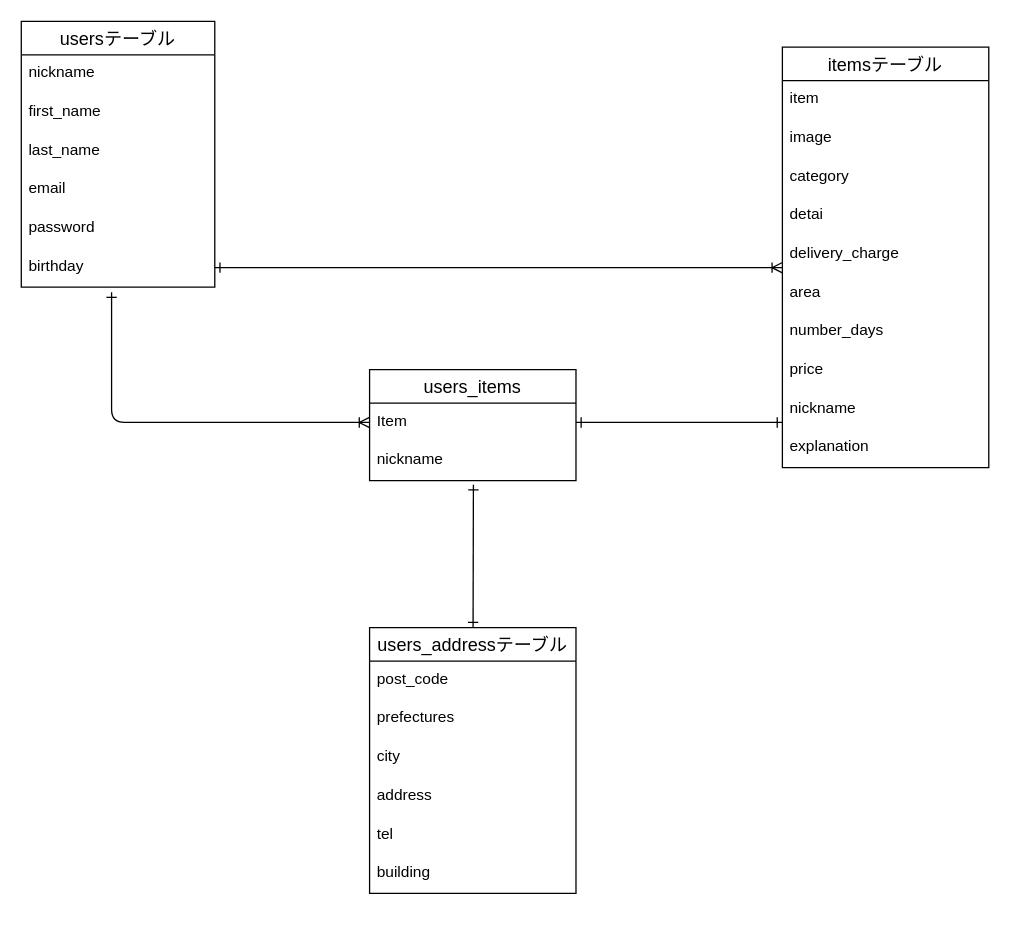
The draw.io diagram app/controllers/furima.dio in kurotora69/furima-38692, before the edit. Source tidied: cells renumbered, new cells numbered last; positions are measured from the earlier drawing's top-left corner, leaving out a move shared by most shapes. Both pictures are drawn from the tidied source at 129%, with x=0, y=0 at pixel (21, 21).
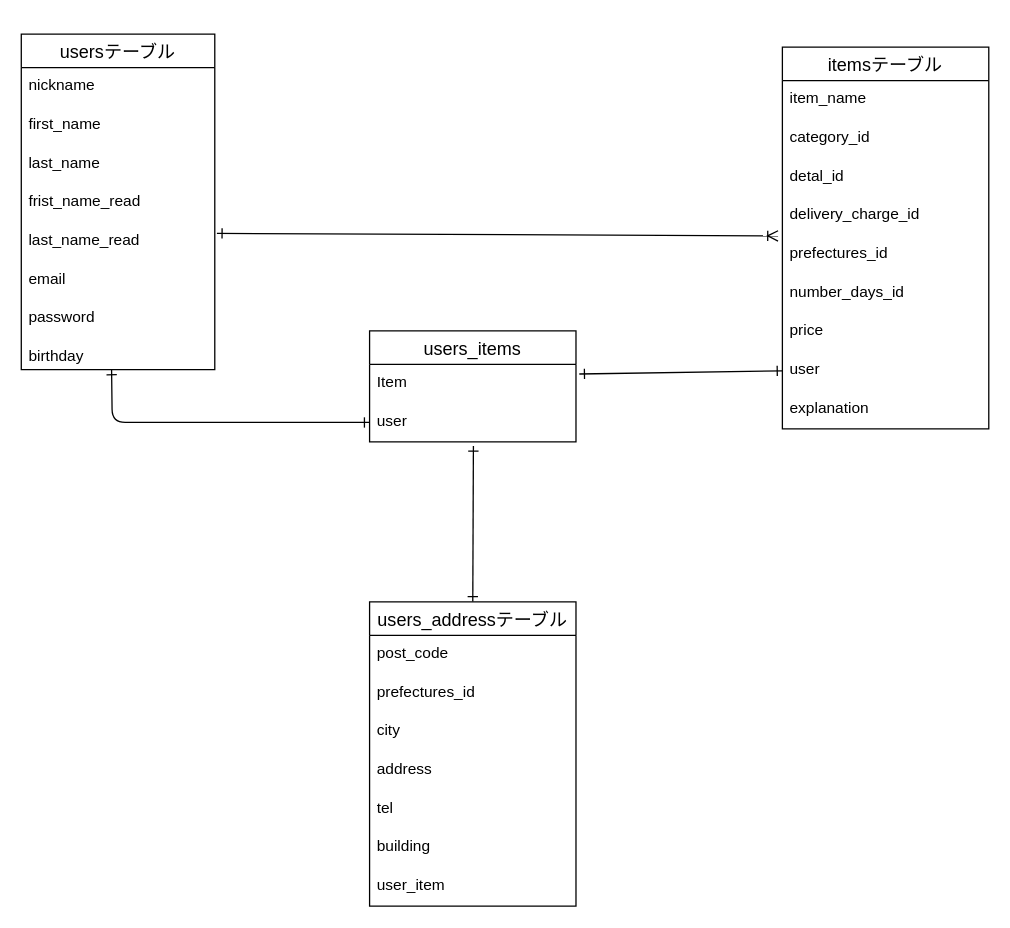
After the change.

Commit message (it also covers changes not shown here):
データベース設計の修正

The change refers to these unchanged cells:
```xml
<mxCell id="21" value="Item" style="text;strokeColor=none;fillColor=none;spacingLeft=4;spacingRight=4;overflow=hidden;points=[[0,0.5],[1,0.5]];portConstraint=eastwest;fontSize=12;" parent="20" vertex="1">
  <mxGeometry y="26" width="160" height="30" as="geometry" />
</mxCell>
```

What changed in the source:
```diff
@@
     <mxCell id="2" value="usersテーブル" style="swimlane;fontStyle=0;horizontal=1;startSize=26;align=center;fontSize=14;" parent="1" vertex="1">
-      <mxGeometry width="150" height="206" as="geometry" />
+      <mxGeometry y="10" width="150" height="260" as="geometry" />
     </mxCell>
@@
+    <mxCell id="34" value="frist_name_read" style="text;strokeColor=none;fillColor=none;spacingLeft=4;spacingRight=4;overflow=hidden;fontSize=12;" parent="2" vertex="1">
+      <mxGeometry y="116" width="150" height="30" as="geometry" />
+    </mxCell>
+    <mxCell id="35" value="last_name_read" style="text;strokeColor=none;fillColor=none;spacingLeft=4;spacingRight=4;overflow=hidden;points=[[0,0.5],[1,0.5]];portConstraint=eastwest;fontSize=12;" parent="2" vertex="1">
+      <mxGeometry y="146" width="150" height="30" as="geometry" />
+    </mxCell>
     <mxCell id="6" value="email" style="text;strokeColor=none;fillColor=none;spacingLeft=4;spacingRight=4;overflow=hidden;fontSize=12;" parent="2" vertex="1">
-      <mxGeometry y="116" width="150" height="30" as="geometry" />
+      <mxGeometry y="176" width="150" height="30" as="geometry" />
     </mxCell>
     <mxCell id="7" value="password" style="text;strokeColor=none;fillColor=none;spacingLeft=4;spacingRight=4;overflow=hidden;fontSize=12;" parent="2" vertex="1">
-      <mxGeometry y="146" width="150" height="30" as="geometry" />
+      <mxGeometry y="206" width="150" height="30" as="geometry" />
     </mxCell>
     <mxCell id="8" value="birthday" style="text;strokeColor=none;fillColor=none;spacingLeft=4;spacingRight=4;overflow=hidden;points=[[0,0.5],[1,0.5]];portConstraint=eastwest;fontSize=12;" parent="2" vertex="1">
-      <mxGeometry y="176" width="150" height="30" as="geometry" />
+      <mxGeometry y="236" width="150" height="24" as="geometry" />
     </mxCell>
     <mxCell id="9" value="itemsテーブル" style="swimlane;fontStyle=0;horizontal=1;startSize=26;align=center;fontSize=14;" parent="1" vertex="1">
-      <mxGeometry x="590" y="20" width="160" height="326" as="geometry" />
+      <mxGeometry x="590" y="20" width="160" height="296" as="geometry" />
     </mxCell>
-    <mxCell id="10" value="item" style="text;strokeColor=none;fillColor=none;spacingLeft=4;spacingRight=4;overflow=hidden;fontSize=12;" parent="9" vertex="1">
+    <mxCell id="10" value="item_name" style="text;strokeColor=none;fillColor=none;spacingLeft=4;spacingRight=4;overflow=hidden;fontSize=12;" parent="9" vertex="1">
       <mxGeometry y="26" width="160" height="30" as="geometry" />
     </mxCell>
-    <mxCell id="11" value="image" style="text;strokeColor=none;fillColor=none;spacingLeft=4;spacingRight=4;overflow=hidden;fontSize=12;" parent="9" vertex="1">
-      <mxGeometry y="56" width="160" height="30" as="geometry" />
-    </mxCell>
-    <mxCell id="12" value="category" style="text;strokeColor=none;fillColor=none;spacingLeft=4;spacingRight=4;overflow=hidden;fontSize=12;" parent="9" vertex="1">
-      <mxGeometry y="86" width="160" height="30" as="geometry" />
+    <mxCell id="12" value="category_id" style="text;strokeColor=none;fillColor=none;spacingLeft=4;spacingRight=4;overflow=hidden;fontSize=12;" parent="9" vertex="1">
+      <mxGeometry y="56" width="160" height="30" as="geometry" />
     </mxCell>
-    <mxCell id="13" value="detai" style="text;strokeColor=none;fillColor=none;spacingLeft=4;spacingRight=4;overflow=hidden;fontSize=12;" parent="9" vertex="1">
-      <mxGeometry y="116" width="160" height="30" as="geometry" />
+    <mxCell id="13" value="detal_id" style="text;strokeColor=none;fillColor=none;spacingLeft=4;spacingRight=4;overflow=hidden;fontSize=12;" parent="9" vertex="1">
+      <mxGeometry y="86" width="160" height="30" as="geometry" />
     </mxCell>
-    <mxCell id="14" value="delivery_charge" style="text;strokeColor=none;fillColor=none;spacingLeft=4;spacingRight=4;overflow=hidden;points=[[0,0.5],[1,0.5]];portConstraint=eastwest;fontSize=12;" parent="9" vertex="1">
-      <mxGeometry y="146" width="160" height="30" as="geometry" />
+    <mxCell id="14" value="delivery_charge_id" style="text;strokeColor=none;fillColor=none;spacingLeft=4;spacingRight=4;overflow=hidden;points=[[0,0.5],[1,0.5]];portConstraint=eastwest;fontSize=12;" parent="9" vertex="1">
+      <mxGeometry y="116" width="160" height="30" as="geometry" />
     </mxCell>
-    <mxCell id="15" value="area" style="text;strokeColor=none;fillColor=none;spacingLeft=4;spacingRight=4;overflow=hidden;points=[[0,0.5],[1,0.5]];portConstraint=eastwest;fontSize=12;" parent="9" vertex="1">
-      <mxGeometry y="176" width="160" height="30" as="geometry" />
+    <mxCell id="15" value="prefectures_id" style="text;strokeColor=none;fillColor=none;spacingLeft=4;spacingRight=4;overflow=hidden;points=[[0,0.5],[1,0.5]];portConstraint=eastwest;fontSize=12;" parent="9" vertex="1">
+      <mxGeometry y="146" width="160" height="30" as="geometry" />
     </mxCell>
-    <mxCell id="16" value="number_days" style="text;strokeColor=none;fillColor=none;spacingLeft=4;spacingRight=4;overflow=hidden;fontSize=12;" parent="9" vertex="1">
-      <mxGeometry y="206" width="160" height="30" as="geometry" />
+    <mxCell id="16" value="number_days_id" style="text;strokeColor=none;fillColor=none;spacingLeft=4;spacingRight=4;overflow=hidden;fontSize=12;" parent="9" vertex="1">
+      <mxGeometry y="176" width="160" height="30" as="geometry" />
     </mxCell>
     <mxCell id="17" value="price" style="text;strokeColor=none;fillColor=none;spacingLeft=4;spacingRight=4;overflow=hidden;fontSize=12;" parent="9" vertex="1">
-      <mxGeometry y="236" width="160" height="30" as="geometry" />
+      <mxGeometry y="206" width="160" height="30" as="geometry" />
     </mxCell>
-    <mxCell id="18" value="nickname" style="text;strokeColor=none;fillColor=none;spacingLeft=4;spacingRight=4;overflow=hidden;points=[[0,0.5],[1,0.5]];portConstraint=eastwest;fontSize=12;" parent="9" vertex="1">
-      <mxGeometry y="266" width="160" height="30" as="geometry" />
+    <mxCell id="18" value="user" style="text;strokeColor=none;fillColor=none;spacingLeft=4;spacingRight=4;overflow=hidden;points=[[0,0.5],[1,0.5]];portConstraint=eastwest;fontSize=12;" parent="9" vertex="1">
+      <mxGeometry y="236" width="160" height="30" as="geometry" />
     </mxCell>
     <mxCell id="19" value="explanation" style="text;strokeColor=none;fillColor=none;spacingLeft=4;spacingRight=4;overflow=hidden;fontSize=12;" parent="9" vertex="1">
-      <mxGeometry y="296" width="160" height="30" as="geometry" />
+      <mxGeometry y="266" width="160" height="30" as="geometry" />
     </mxCell>
     <mxCell id="20" value="users_items" style="swimlane;fontStyle=0;horizontal=1;startSize=26;align=center;fontSize=14;" parent="1" vertex="1">
-      <mxGeometry x="270" y="270" width="160" height="86" as="geometry" />
+      <mxGeometry x="270" y="240" width="160" height="86" as="geometry" />
     </mxCell>
@@
-    <mxCell id="22" value="nickname" style="text;strokeColor=none;fillColor=none;spacingLeft=4;spacingRight=4;overflow=hidden;points=[[0,0.5],[1,0.5]];portConstraint=eastwest;fontSize=12;" parent="20" vertex="1">
+    <mxCell id="22" value="user" style="text;strokeColor=none;fillColor=none;spacingLeft=4;spacingRight=4;overflow=hidden;points=[[0,0.5],[1,0.5]];portConstraint=eastwest;fontSize=12;" parent="20" vertex="1">
       <mxGeometry y="56" width="160" height="30" as="geometry" />
     </mxCell>
-    <mxCell id="23" style="edgeStyle=none;html=1;entryX=0.503;entryY=1.107;entryDx=0;entryDy=0;entryPerimeter=0;startArrow=ERone;startFill=0;endArrow=ERone;endFill=0;" parent="1" edge="1" source="24" target="22">
-      <mxGeometry relative="1" as="geometry" />
+    <mxCell id="23" style="edgeStyle=none;html=1;entryX=0.503;entryY=1.107;entryDx=0;entryDy=0;entryPerimeter=0;startArrow=ERone;startFill=0;endArrow=ERone;endFill=0;" parent="1" edge="1" target="22">
+      <mxGeometry relative="1" as="geometry">
+        <mxPoint x="350" y="450" as="sourcePoint" />
+      </mxGeometry>
     </mxCell>
     <mxCell id="24" value="users_addressテーブル" style="swimlane;fontStyle=0;horizontal=1;startSize=26;align=center;fontSize=14;" parent="1" vertex="1">
-      <mxGeometry x="270" y="470" width="160" height="206" as="geometry" />
+      <mxGeometry x="270" y="450" width="160" height="236" as="geometry" />
     </mxCell>
@@
-    <mxCell id="26" value="prefectures" style="text;strokeColor=none;fillColor=none;spacingLeft=4;spacingRight=4;overflow=hidden;fontSize=12;" parent="24" vertex="1">
+    <mxCell id="26" value="prefectures_id" style="text;strokeColor=none;fillColor=none;spacingLeft=4;spacingRight=4;overflow=hidden;fontSize=12;" parent="24" vertex="1">
       <mxGeometry y="56" width="160" height="30" as="geometry" />
     </mxCell>
@@
+    <mxCell id="36" value="user_item" style="text;strokeColor=none;fillColor=none;spacingLeft=4;spacingRight=4;overflow=hidden;fontSize=12;" parent="24" vertex="1">
+      <mxGeometry y="206" width="160" height="30" as="geometry" />
+    </mxCell>
-    <mxCell id="31" style="edgeStyle=none;html=1;exitX=1;exitY=0.5;exitDx=0;exitDy=0;startArrow=ERone;startFill=0;endArrow=ERoneToMany;endFill=0;entryX=0;entryY=0.833;entryDx=0;entryDy=0;entryPerimeter=0;" parent="1" edge="1" source="8" target="14">
+    <mxCell id="31" style="edgeStyle=none;html=1;startArrow=ERone;startFill=0;endArrow=ERoneToMany;endFill=0;entryX=-0.021;entryY=0.013;entryDx=0;entryDy=0;entryPerimeter=0;exitX=1.011;exitY=0.28;exitDx=0;exitDy=0;exitPerimeter=0;" parent="1" edge="1" source="35" target="15">
       <mxGeometry relative="1" as="geometry" />
     </mxCell>
-    <mxCell id="32" style="edgeStyle=none;html=1;exitX=0;exitY=0.5;exitDx=0;exitDy=0;entryX=1;entryY=0.5;entryDx=0;entryDy=0;startArrow=ERone;startFill=0;endArrow=ERone;endFill=0;" parent="1" edge="1" target="21">
-      <mxGeometry relative="1" as="geometry">
-        <mxPoint x="590" y="311" as="sourcePoint" />
-      </mxGeometry>
+    <mxCell id="32" style="edgeStyle=none;html=1;exitX=0;exitY=0.5;exitDx=0;exitDy=0;entryX=1.016;entryY=0.247;entryDx=0;entryDy=0;startArrow=ERone;startFill=0;endArrow=ERone;endFill=0;entryPerimeter=0;" parent="1" edge="1" source="18" target="21">
+      <mxGeometry relative="1" as="geometry" />
     </mxCell>
-    <mxCell id="33" style="edgeStyle=orthogonalEdgeStyle;html=1;exitX=0;exitY=0.5;exitDx=0;exitDy=0;startArrow=ERoneToMany;startFill=0;endArrow=ERone;endFill=0;" parent="1" edge="1" source="21">
-      <mxGeometry relative="1" as="geometry">
-        <mxPoint x="70" y="210" as="targetPoint" />
-        <Array as="points">
-          <mxPoint x="70" y="311" />
-        </Array>
-      </mxGeometry>
-    </mxCell>
+    <mxCell id="37" style="edgeStyle=orthogonalEdgeStyle;html=1;exitX=0;exitY=0.5;exitDx=0;exitDy=0;startArrow=ERone;startFill=0;endArrow=ERone;endFill=0;" parent="1" edge="1" source="22">
+      <mxGeometry relative="1" as="geometry">
+        <mxPoint x="70" y="270" as="targetPoint" />
+      </mxGeometry>
+    </mxCell>
```
